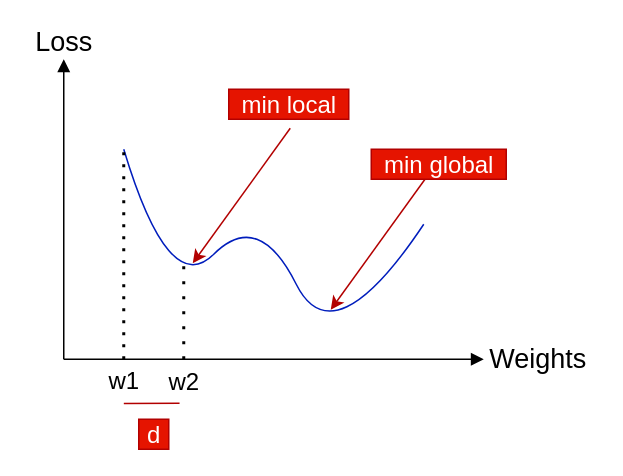
The draw.io diagram Document/imgs/SGD.drawio in a-mruiz/TFM, before the edit. Source tidied: cells renumbered, new cells numbered last; positions are measured from the earlier drawing's top-left corner, leaving out a move shared by most shapes. Both pictures are drawn from the tidied source at 150%, with x=0, y=0 at pixel (26, 27).
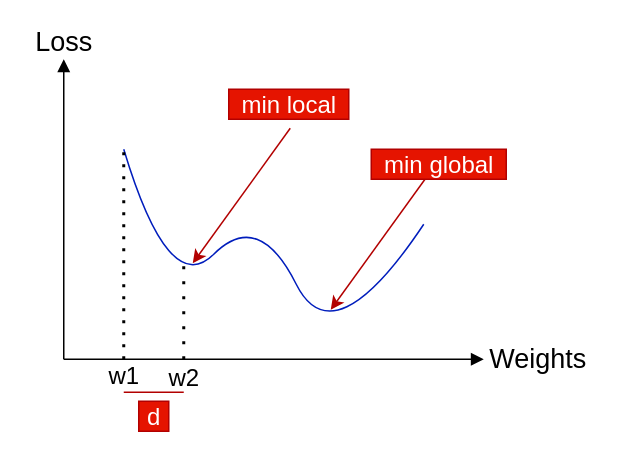
The same diagram, later.

Diff of the diagram source:
```diff
@@
     <mxCell id="9" value="&lt;font style=&quot;font-size: 16px;&quot;&gt;w1&lt;/font&gt;" style="text;html=1;align=center;verticalAlign=middle;points=[];strokeColor=none;fillColor=none;fontSize=18;" parent="1" vertex="1">
-      <mxGeometry x="45" y="220" width="40" height="30" as="geometry" />
+      <mxGeometry x="45" y="217" width="40" height="30" as="geometry" />
     </mxCell>
     <mxCell id="10" value="&lt;font style=&quot;font-size: 16px;&quot;&gt;w2&lt;/font&gt;" style="text;html=1;align=center;verticalAlign=middle;points=[];strokeColor=none;fillColor=none;fontSize=18;" parent="1" vertex="1">
-      <mxGeometry x="85" y="221" width="40" height="30" as="geometry" />
+      <mxGeometry x="85" y="218" width="40" height="30" as="geometry" />
     </mxCell>
@@
     <mxCell id="15" value="d" style="text;html=1;align=center;verticalAlign=middle;strokeColor=#B20000;fillColor=#e51400;fontSize=16;fontColor=#ffffff;" parent="1" vertex="1">
-      <mxGeometry x="75" y="261" width="20" height="20" as="geometry" />
+      <mxGeometry x="75" y="249" width="20" height="20" as="geometry" />
     </mxCell>
-    <mxCell id="16" style="endArrow=none;html=1;rounded=0;fontSize=16;exitX=0.501;exitY=1.014;exitDx=0;exitDy=0;exitPerimeter=0;entryX=0.43;entryY=0.978;entryDx=0;entryDy=0;entryPerimeter=0;fillColor=#e51400;strokeColor=#B20000;" parent="1" edge="1" source="9" target="10">
-      <mxGeometry relative="1" as="geometry" />
+    <mxCell id="16" style="endArrow=none;html=1;rounded=0;fontSize=16;fillColor=#e51400;strokeColor=#B20000;" parent="1" edge="1">
+      <mxGeometry relative="1" as="geometry">
+        <mxPoint x="65" y="243" as="sourcePoint" />
+        <mxPoint x="105" y="243" as="targetPoint" />
+      </mxGeometry>
     </mxCell>
```
